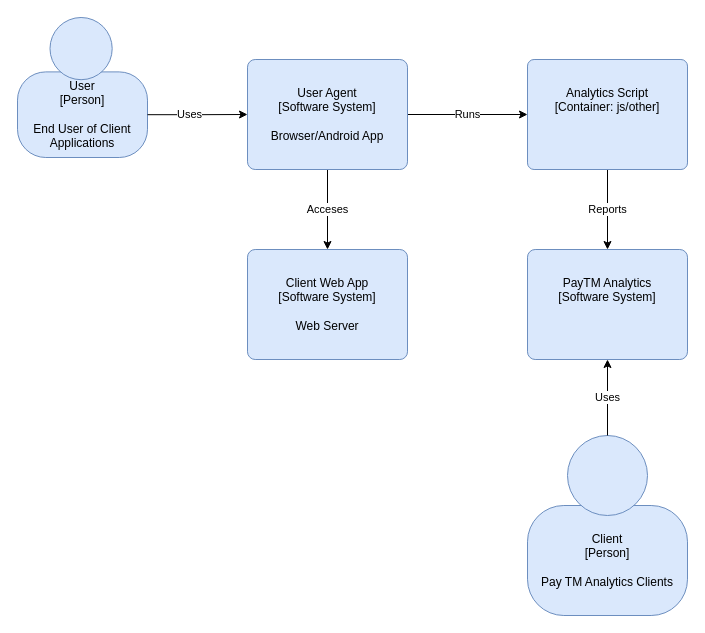
masoudamri/SDEChallenge keeps this draw.io diagram as page "System Context Diagram" (1 of 2) of analytics-arch/analytics-arch.drawio. Above is the earlier version. Source tidied: cells renumbered, new cells numbered last; positions are measured from the earlier drawing's top-left corner, leaving out a move shared by most shapes. Both pictures are drawn from the tidied source at 100%, with x=0, y=0 at pixel (17, 17).
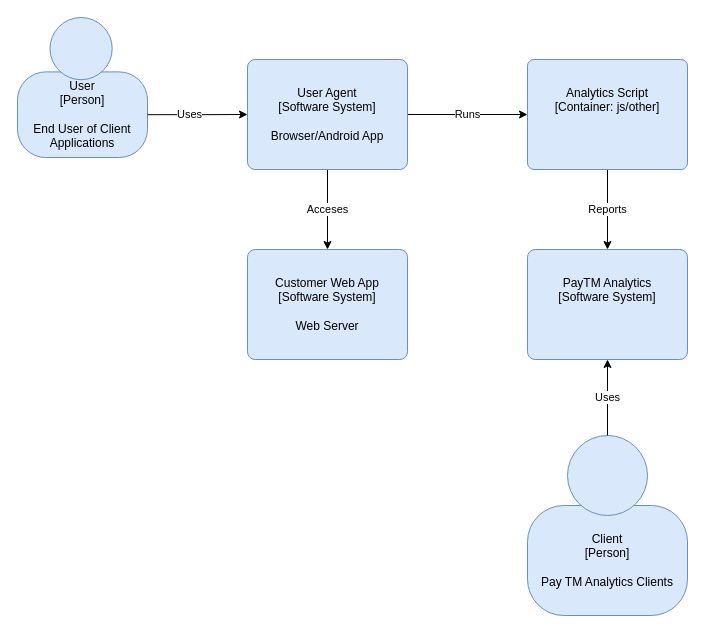
The same page after the edit.

Commit message (it also covers changes not shown here):
client->customer, rename pages, clarify 'topics' are 'queues'

What changed in the source:
```diff
@@
 <mxGraphModel>
   <root>
     <mxCell id="0" />
     <mxCell id="1" parent="0" />
     <mxCell id="2" style="group;rounded=0;labelBackgroundColor=none;fillColor=none;fontColor=#000000;align=center;html=1;" parent="1" vertex="1">
       <mxGeometry width="130" height="140" as="geometry" />
     </mxCell>
     <mxCell id="3" value="User&lt;div&gt;[Person]&lt;/div&gt;&lt;div&gt;&lt;br&gt;&lt;/div&gt;&lt;div&gt;End User of Client Applications&lt;br&gt;&lt;/div&gt;" style="rounded=1;whiteSpace=wrap;html=1;labelBackgroundColor=none;fillColor=#dae8fc;fontColor=#000000;align=center;arcSize=33;strokeColor=#6c8ebf;" parent="2" vertex="1">
       <mxGeometry y="54.4" width="130" height="85.6" as="geometry" />
     </mxCell>
     <mxCell id="4" style="ellipse;whiteSpace=wrap;html=1;rounded=0;labelBackgroundColor=none;fillColor=#dae8fc;fontSize=12;fontColor=#000000;align=center;strokeColor=#6c8ebf;" parent="2" vertex="1">
       <mxGeometry x="32.5" width="62.2" height="62.2" as="geometry" />
     </mxCell>
     <mxCell id="5" value="&lt;div&gt;Acceses&lt;/div&gt;" style="edgeStyle=orthogonalEdgeStyle;rounded=0;jettySize=auto;html=1;" parent="1" edge="1" source="7" target="8">
       <mxGeometry relative="1" as="geometry" />
     </mxCell>
     <mxCell id="6" value="&lt;div&gt;Runs&lt;/div&gt;" style="edgeStyle=orthogonalEdgeStyle;rounded=0;jettySize=auto;html=1;entryX=0;entryY=0.5;entryDx=0;entryDy=0;" parent="1" edge="1" source="7" target="10">
       <mxGeometry relative="1" as="geometry" />
     </mxCell>
     <mxCell id="7" value="User Agent&lt;br&gt;&lt;div&gt;[Software System]&lt;/div&gt;&lt;div&gt;&lt;br&gt;&lt;/div&gt;&lt;div&gt;Browser/Android App&lt;br&gt;&lt;/div&gt;" style="rounded=1;whiteSpace=wrap;html=1;labelBackgroundColor=none;fillColor=#dae8fc;fontColor=#000000;align=center;arcSize=7;strokeColor=#6c8ebf;" parent="1" vertex="1">
       <mxGeometry x="230" y="42" width="160" height="110" as="geometry" />
     </mxCell>
-    <mxCell id="8" value="&lt;div&gt;Client Web App&lt;/div&gt;&lt;div&gt;[Software System]&lt;/div&gt;&lt;div&gt;&lt;br&gt;&lt;/div&gt;&lt;div&gt;Web Server&lt;br&gt;&lt;/div&gt;" style="rounded=1;whiteSpace=wrap;html=1;labelBackgroundColor=none;fillColor=#dae8fc;fontColor=#000000;align=center;arcSize=7;strokeColor=#6c8ebf;" parent="1" vertex="1">
+    <mxCell id="8" value="&lt;div&gt;Customer Web App&lt;/div&gt;&lt;div&gt;[Software System]&lt;/div&gt;&lt;div&gt;&lt;br&gt;&lt;/div&gt;&lt;div&gt;Web Server&lt;br&gt;&lt;/div&gt;" style="rounded=1;whiteSpace=wrap;html=1;labelBackgroundColor=none;fillColor=#dae8fc;fontColor=#000000;align=center;arcSize=7;strokeColor=#6c8ebf;" parent="1" vertex="1">
       <mxGeometry x="230" y="232" width="160" height="110" as="geometry" />
     </mxCell>
     <mxCell id="9" value="&lt;div&gt;Reports&lt;/div&gt;" style="edgeStyle=orthogonalEdgeStyle;rounded=0;jettySize=auto;html=1;" parent="1" edge="1" source="10" target="11">
       <mxGeometry relative="1" as="geometry" />
     </mxCell>
     <mxCell id="10" value="&lt;span&gt;Analytics Script&lt;br&gt;&lt;/span&gt;&lt;div&gt;[Container: js/other&lt;span&gt;]&lt;/span&gt;&lt;/div&gt;&lt;div&gt;&lt;br&gt;&lt;/div&gt;&lt;div&gt;&lt;br&gt;&lt;/div&gt;" style="rounded=1;whiteSpace=wrap;html=1;labelBackgroundColor=none;fillColor=#dae8fc;fontColor=#000000;align=center;arcSize=6;strokeColor=#6c8ebf;" parent="1" vertex="1">
       <mxGeometry x="510" y="42" width="160" height="110" as="geometry" />
     </mxCell>
     <mxCell id="11" value="PayTM Analytics&lt;br&gt;&lt;div&gt;[Software System]&lt;/div&gt;&lt;div&gt;&lt;br&gt;&lt;/div&gt;&lt;div&gt;&lt;br&gt;&lt;/div&gt;" style="rounded=1;whiteSpace=wrap;html=1;labelBackgroundColor=none;fillColor=#dae8fc;fontColor=#000000;align=center;arcSize=7;strokeColor=#6c8ebf;" parent="1" vertex="1">
       <mxGeometry x="510" y="232" width="160" height="110" as="geometry" />
     </mxCell>
     <mxCell id="12" style="group;rounded=0;labelBackgroundColor=none;fillColor=none;fontColor=#000000;align=center;html=1;" parent="1" vertex="1">
       <mxGeometry x="510" y="418" width="160" height="180" as="geometry" />
     </mxCell>
     <mxCell id="13" value="Client&lt;div&gt;[Person]&lt;/div&gt;&lt;div&gt;&lt;br&gt;&lt;/div&gt;&lt;div&gt;Pay TM Analytics Clients&lt;br&gt;&lt;/div&gt;" style="rounded=1;whiteSpace=wrap;html=1;labelBackgroundColor=none;fillColor=#dae8fc;fontColor=#000000;align=center;arcSize=33;strokeColor=#6c8ebf;" parent="12" vertex="1">
       <mxGeometry y="70" width="160" height="110" as="geometry" />
     </mxCell>
     <mxCell id="14" style="ellipse;whiteSpace=wrap;html=1;rounded=0;labelBackgroundColor=none;fillColor=#dae8fc;fontSize=12;fontColor=#000000;align=center;strokeColor=#6c8ebf;" parent="12" vertex="1">
       <mxGeometry x="40" width="80" height="80" as="geometry" />
     </mxCell>
     <mxCell id="15" value="Uses" style="edgeStyle=orthogonalEdgeStyle;rounded=0;jettySize=auto;html=1;exitX=0.5;exitY=0;exitDx=0;exitDy=0;" parent="1" edge="1" source="14" target="11">
       <mxGeometry relative="1" as="geometry" />
     </mxCell>
     <mxCell id="16" value="Uses" style="edgeStyle=orthogonalEdgeStyle;rounded=0;jettySize=auto;html=1;exitX=1;exitY=0.5;exitDx=0;exitDy=0;entryX=0;entryY=0.5;entryDx=0;entryDy=0;" parent="1" edge="1" source="3" target="7">
       <mxGeometry x="-0.16" relative="1" as="geometry" />
     </mxCell>
   </root>
 </mxGraphModel>
```
